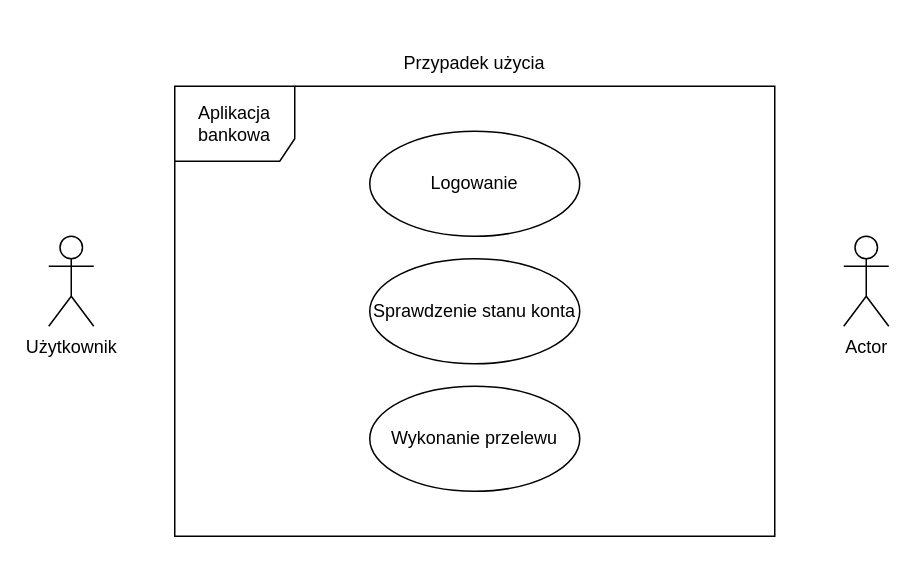
Above: Diagram bez tytułu.drawio in JuliaZofiaCodes/ASI (draw.io), before the change. Source tidied: cells renumbered, new cells numbered last; positions are measured from the earlier drawing's top-left corner, leaving out a move shared by most shapes. Both pictures are drawn from the tidied source at 150%, with x=0, y=0 at pixel (48, 26).
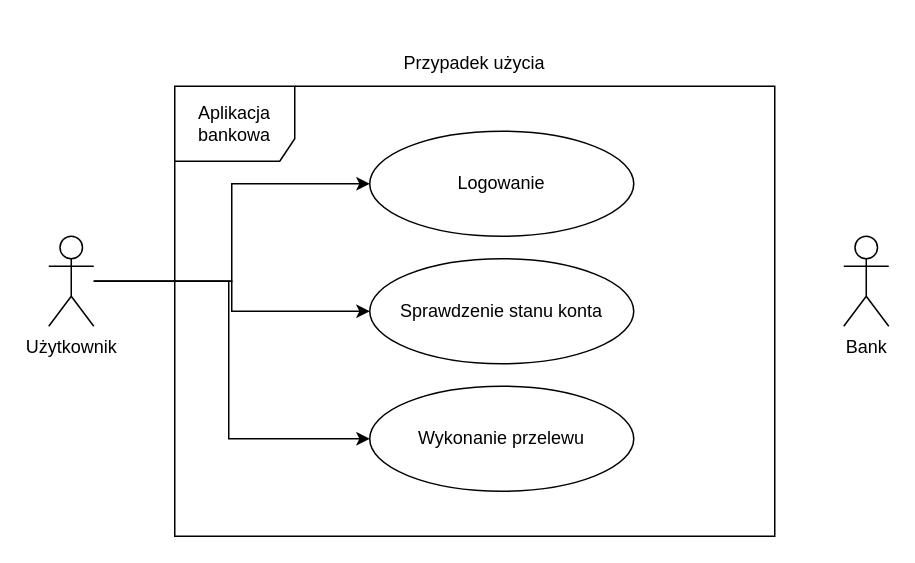
Above is the later version.

Diff of the diagram source:
```diff
@@
 <mxGraphModel>
   <root>
     <mxCell id="0" />
     <mxCell id="1" parent="0" />
     <mxCell id="2" value="Przypadek użycia" style="text;html=1;strokeColor=none;fillColor=none;align=center;verticalAlign=middle;whiteSpace=wrap;rounded=0;" parent="1" vertex="1">
       <mxGeometry x="224" width="120" height="50" as="geometry" />
     </mxCell>
     <mxCell id="3" value="Aplikacja bankowa" style="shape=umlFrame;whiteSpace=wrap;html=1;width=80;height=50;" parent="1" vertex="1">
       <mxGeometry x="84" y="40" width="400" height="300" as="geometry" />
     </mxCell>
     <mxCell id="4" value="Logowanie" style="ellipse;whiteSpace=wrap;html=1;" parent="1" vertex="1">
-      <mxGeometry x="214" y="70" width="140" height="70" as="geometry" />
+      <mxGeometry x="214" y="70" width="176" height="70" as="geometry" />
     </mxCell>
     <mxCell id="5" value="Sprawdzenie stanu konta" style="ellipse;whiteSpace=wrap;html=1;" parent="1" vertex="1">
-      <mxGeometry x="214" y="155" width="140" height="70" as="geometry" />
+      <mxGeometry x="214" y="155" width="176" height="70" as="geometry" />
     </mxCell>
     <mxCell id="6" value="Wykonanie przelewu" style="ellipse;whiteSpace=wrap;html=1;" parent="1" vertex="1">
-      <mxGeometry x="214" y="240" width="140" height="70" as="geometry" />
+      <mxGeometry x="214" y="240" width="176" height="70" as="geometry" />
     </mxCell>
+    <mxCell id="9" style="edgeStyle=orthogonalEdgeStyle;rounded=0;jettySize=auto;html=1;" parent="1" edge="1" source="7" target="4">
+      <mxGeometry relative="1" as="geometry">
+        <Array as="points">
+          <mxPoint x="122" y="170" />
+          <mxPoint x="122" y="105" />
+        </Array>
+      </mxGeometry>
+    </mxCell>
+    <mxCell id="10" style="edgeStyle=orthogonalEdgeStyle;rounded=0;jettySize=auto;html=1;" parent="1" edge="1" source="7" target="5">
+      <mxGeometry relative="1" as="geometry" />
+    </mxCell>
+    <mxCell id="11" style="edgeStyle=orthogonalEdgeStyle;rounded=0;jettySize=auto;html=1;" parent="1" edge="1" source="7" target="6">
+      <mxGeometry relative="1" as="geometry">
+        <Array as="points">
+          <mxPoint x="120" y="170" />
+          <mxPoint x="120" y="275" />
+        </Array>
+      </mxGeometry>
+    </mxCell>
     <mxCell id="7" value="Użytkownik" style="shape=umlActor;verticalLabelPosition=bottom;verticalAlign=top;html=1;" parent="1" vertex="1">
       <mxGeometry y="140" width="30" height="60" as="geometry" />
     </mxCell>
-    <mxCell id="8" value="Actor" style="shape=umlActor;verticalLabelPosition=bottom;verticalAlign=top;html=1;" parent="1" vertex="1">
+    <mxCell id="8" value="Bank" style="shape=umlActor;verticalLabelPosition=bottom;verticalAlign=top;html=1;" parent="1" vertex="1">
       <mxGeometry x="530" y="140" width="30" height="60" as="geometry" />
     </mxCell>
   </root>
 </mxGraphModel>
```
